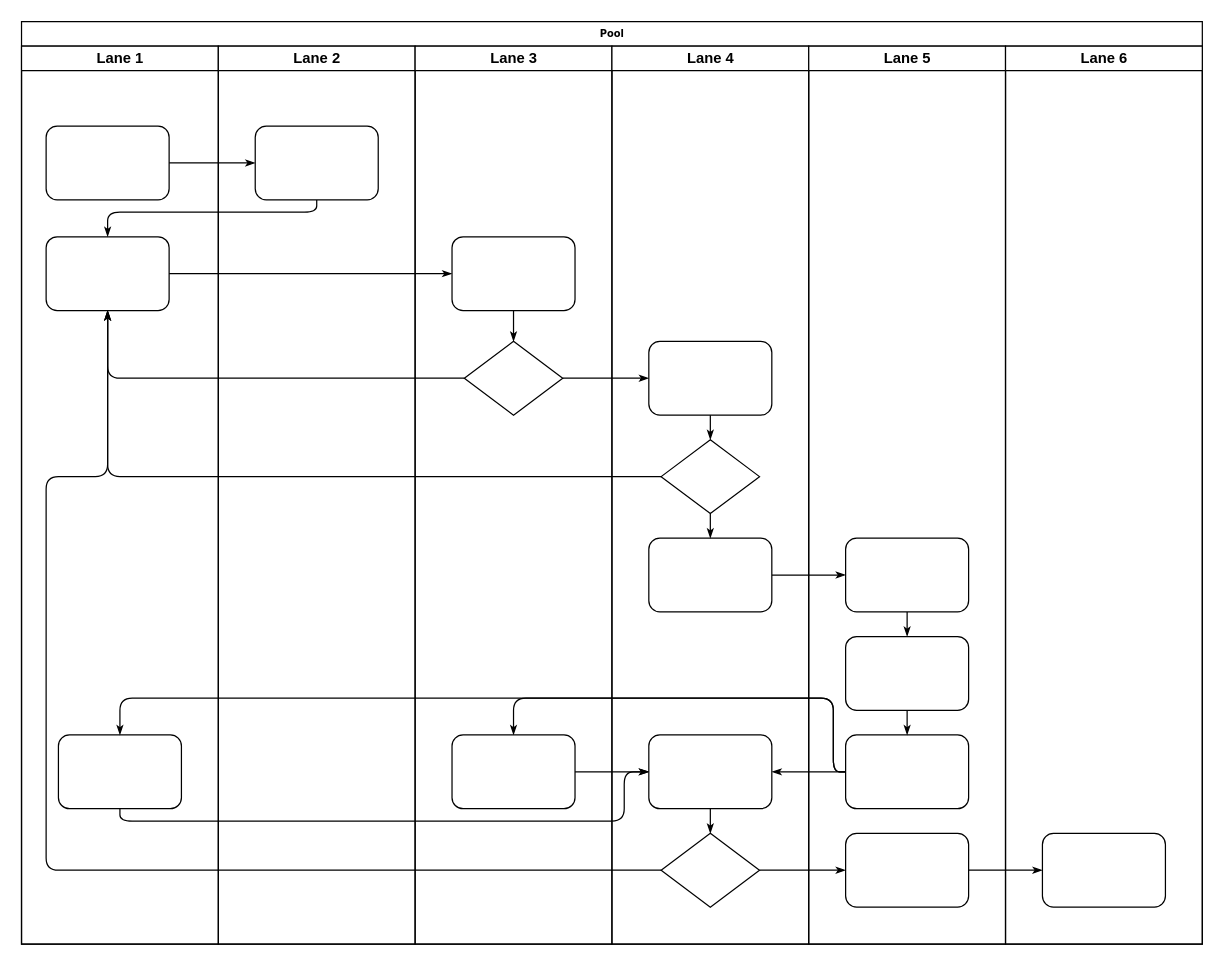
Earlier version of the draw.io diagram 未命名绘图.drawio (fei-hang/draw). Source tidied: cells renumbered, new cells numbered last; positions are measured from the earlier drawing's top-left corner, leaving out a move shared by most shapes. Both pictures are drawn from the tidied source at 123%, with x=0, y=0 at pixel (21, 21).
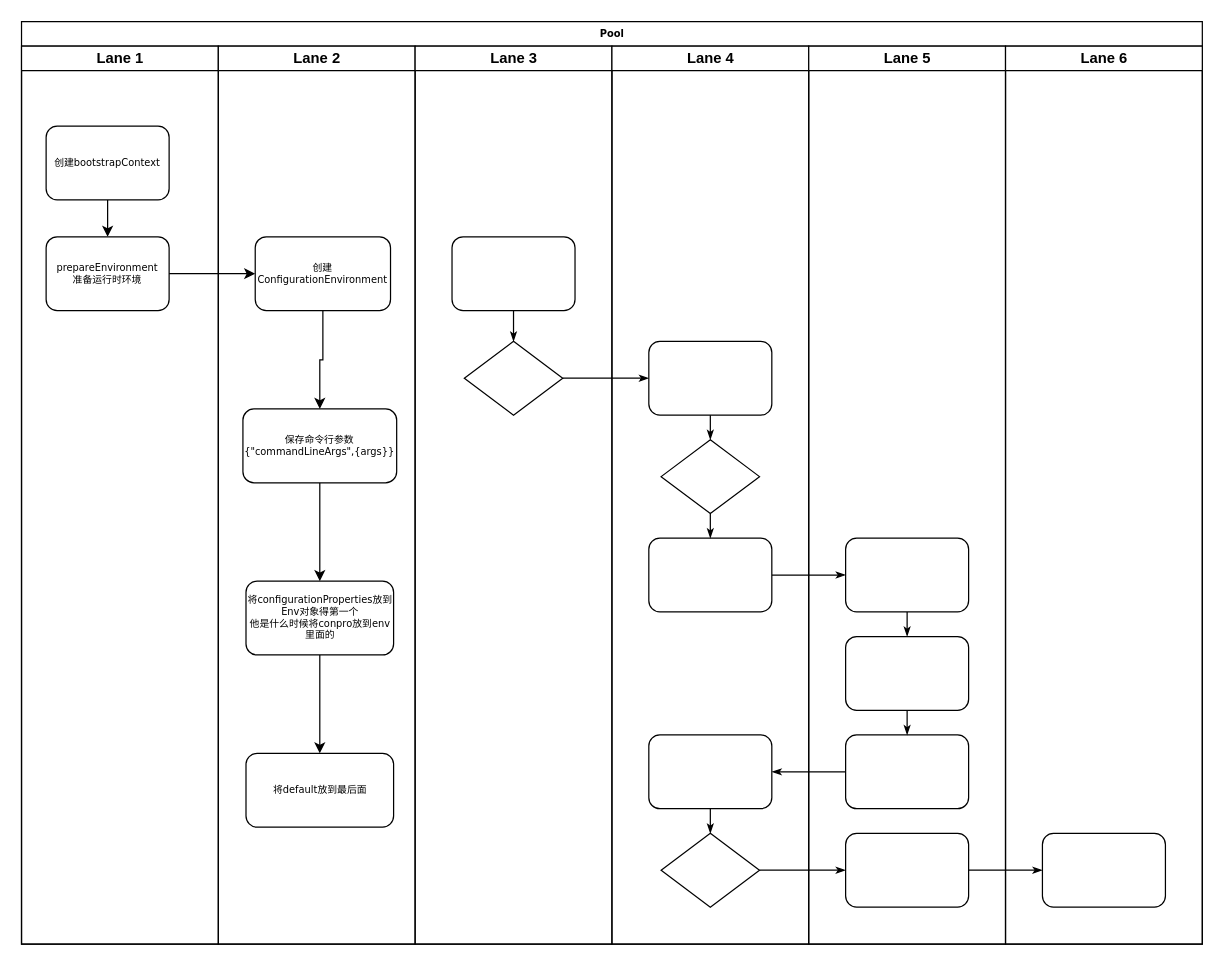
The same page after the edit.

Unchanged cells that the change refers to:
```xml
<mxCell id="2" value="Pool" style="swimlane;html=1;startSize=20;rounded=0;shadow=0;labelBackgroundColor=none;strokeWidth=1;fontFamily=Verdana;fontSize=8;align=center;" parent="1" vertex="1">
  <mxGeometry width="960" height="750" as="geometry" />
</mxCell>
<mxCell id="3" value="Lane 1" style="swimlane;html=1;startSize=20;" parent="2" vertex="1">
  <mxGeometry y="20" width="160" height="730" as="geometry" />
</mxCell>
<mxCell id="22" value="Lane 2" style="swimlane;html=1;startSize=20;" parent="2" vertex="1">
  <mxGeometry x="160" y="20" width="160" height="730" as="geometry" />
</mxCell>
<mxCell id="24" value="Lane 3" style="swimlane;html=1;startSize=20;" parent="2" vertex="1">
  <mxGeometry x="320" y="20" width="160" height="730" as="geometry" />
</mxCell>
<mxCell id="25" style="rounded=1;whiteSpace=wrap;html=1;shadow=0;labelBackgroundColor=none;strokeWidth=1;fontFamily=Verdana;fontSize=8;align=center;" parent="24" vertex="1">
  <mxGeometry x="30" y="155" width="100" height="60" as="geometry" />
</mxCell>
<mxCell id="26" style="rhombus;whiteSpace=wrap;html=1;rounded=0;shadow=0;labelBackgroundColor=none;strokeWidth=1;fontFamily=Verdana;fontSize=8;align=center;" parent="24" vertex="1">
  <mxGeometry x="40" y="240" width="80" height="60" as="geometry" />
</mxCell>
<mxCell id="31" style="rhombus;whiteSpace=wrap;html=1;rounded=0;shadow=0;labelBackgroundColor=none;strokeWidth=1;fontFamily=Verdana;fontSize=8;align=center;" parent="29" vertex="1">
  <mxGeometry x="40" y="320" width="80" height="60" as="geometry" />
</mxCell>
<mxCell id="33" style="rounded=1;whiteSpace=wrap;html=1;shadow=0;labelBackgroundColor=none;strokeWidth=1;fontFamily=Verdana;fontSize=8;align=center;" parent="29" vertex="1">
  <mxGeometry x="30" y="560" width="100" height="60" as="geometry" />
</mxCell>
<mxCell id="34" style="rhombus;whiteSpace=wrap;html=1;rounded=0;shadow=0;labelBackgroundColor=none;strokeWidth=1;fontFamily=Verdana;fontSize=8;align=center;" parent="29" vertex="1">
  <mxGeometry x="40" y="640" width="80" height="60" as="geometry" />
</mxCell>
<mxCell id="41" style="rounded=1;whiteSpace=wrap;html=1;shadow=0;labelBackgroundColor=none;strokeWidth=1;fontFamily=Verdana;fontSize=8;align=center;" parent="38" vertex="1">
  <mxGeometry x="30" y="560" width="100" height="60" as="geometry" />
</mxCell>
```

Change to the diagram source:
```diff
@@
+    <mxCell id="47" style="edgeStyle=orthogonalEdgeStyle;rounded=0;jettySize=auto;html=1;" parent="3" edge="1" source="4" target="5">
+      <mxGeometry relative="1" as="geometry" />
+    </mxCell>
-    <mxCell id="4" style="rounded=1;whiteSpace=wrap;html=1;shadow=0;labelBackgroundColor=none;strokeWidth=1;fontFamily=Verdana;fontSize=8;align=center;" parent="3" vertex="1">
+    <mxCell id="4" value="创建bootstrapContext" style="rounded=1;whiteSpace=wrap;html=1;shadow=0;labelBackgroundColor=none;strokeWidth=1;fontFamily=Verdana;fontSize=8;align=center;" parent="3" vertex="1">
       <mxGeometry x="20" y="65" width="100" height="60" as="geometry" />
     </mxCell>
-    <mxCell id="5" style="rounded=1;whiteSpace=wrap;html=1;shadow=0;labelBackgroundColor=none;strokeWidth=1;fontFamily=Verdana;fontSize=8;align=center;" parent="3" vertex="1">
+    <mxCell id="5" value="prepareEnvironment&lt;div&gt;准备运行时环境&lt;/div&gt;" style="rounded=1;whiteSpace=wrap;html=1;shadow=0;labelBackgroundColor=none;strokeWidth=1;fontFamily=Verdana;fontSize=8;align=center;" parent="3" vertex="1">
       <mxGeometry x="20" y="155" width="100" height="60" as="geometry" />
     </mxCell>
-    <mxCell id="6" style="rounded=1;whiteSpace=wrap;html=1;shadow=0;labelBackgroundColor=none;strokeWidth=1;fontFamily=Verdana;fontSize=8;align=center;" parent="3" vertex="1">
-      <mxGeometry x="30" y="560" width="100" height="60" as="geometry" />
-    </mxCell>
-    <mxCell id="7" style="edgeStyle=orthogonalEdgeStyle;rounded=1;html=1;labelBackgroundColor=none;startArrow=none;startFill=0;startSize=5;endArrow=classicThin;endFill=1;endSize=5;jettySize=auto;strokeWidth=1;fontFamily=Verdana;fontSize=8;" parent="2" edge="1" source="4" target="23">
-      <mxGeometry relative="1" as="geometry" />
-    </mxCell>
-    <mxCell id="8" style="edgeStyle=orthogonalEdgeStyle;rounded=1;html=1;labelBackgroundColor=none;startArrow=none;startFill=0;startSize=5;endArrow=classicThin;endFill=1;endSize=5;jettySize=auto;strokeWidth=1;fontFamily=Verdana;fontSize=8;" parent="2" edge="1" source="23" target="5">
-      <mxGeometry relative="1" as="geometry">
-        <Array as="points">
-          <mxPoint x="240" y="155" />
-          <mxPoint x="70" y="155" />
-        </Array>
-      </mxGeometry>
-    </mxCell>
-    <mxCell id="9" style="edgeStyle=orthogonalEdgeStyle;rounded=1;html=1;labelBackgroundColor=none;startArrow=none;startFill=0;startSize=5;endArrow=classicThin;endFill=1;endSize=5;jettySize=auto;strokeWidth=1;fontFamily=Verdana;fontSize=8;" parent="2" edge="1" source="5" target="25">
-      <mxGeometry relative="1" as="geometry" />
-    </mxCell>
-    <mxCell id="10" style="edgeStyle=orthogonalEdgeStyle;rounded=1;html=1;labelBackgroundColor=none;startArrow=none;startFill=0;startSize=5;endArrow=classicThin;endFill=1;endSize=5;jettySize=auto;strokeWidth=1;fontFamily=Verdana;fontSize=8;" parent="2" edge="1" source="26" target="5">
-      <mxGeometry relative="1" as="geometry" />
-    </mxCell>
-    <mxCell id="11" style="edgeStyle=orthogonalEdgeStyle;rounded=1;html=1;labelBackgroundColor=none;startArrow=none;startFill=0;startSize=5;endArrow=classicThin;endFill=1;endSize=5;jettySize=auto;strokeWidth=1;fontFamily=Verdana;fontSize=8;" parent="2" edge="1" source="31" target="5">
-      <mxGeometry relative="1" as="geometry" />
-    </mxCell>
-    <mxCell id="12" style="edgeStyle=orthogonalEdgeStyle;rounded=1;html=1;labelBackgroundColor=none;startArrow=none;startFill=0;startSize=5;endArrow=classicThin;endFill=1;endSize=5;jettySize=auto;strokeWidth=1;fontFamily=Verdana;fontSize=8;" parent="2" edge="1" source="34" target="5">
-      <mxGeometry relative="1" as="geometry">
-        <Array as="points">
-          <mxPoint x="20" y="690" />
-          <mxPoint x="20" y="370" />
-          <mxPoint x="70" y="370" />
-        </Array>
-      </mxGeometry>
-    </mxCell>
@@
-    <mxCell id="17" style="edgeStyle=orthogonalEdgeStyle;rounded=1;html=1;labelBackgroundColor=none;startArrow=none;startFill=0;startSize=5;endArrow=classicThin;endFill=1;endSize=5;jettySize=auto;strokeWidth=1;fontFamily=Verdana;fontSize=8;" parent="2" edge="1" source="41" target="27">
-      <mxGeometry relative="1" as="geometry">
-        <Array as="points">
-          <mxPoint x="660" y="610" />
-          <mxPoint x="660" y="550" />
-          <mxPoint x="400" y="550" />
-        </Array>
-      </mxGeometry>
-    </mxCell>
@@
-    <mxCell id="19" style="edgeStyle=orthogonalEdgeStyle;rounded=1;html=1;labelBackgroundColor=none;startArrow=none;startFill=0;startSize=5;endArrow=classicThin;endFill=1;endSize=5;jettySize=auto;strokeWidth=1;fontFamily=Verdana;fontSize=8;" parent="2" edge="1" source="41" target="6">
-      <mxGeometry relative="1" as="geometry">
-        <Array as="points">
-          <mxPoint x="660" y="610" />
-          <mxPoint x="660" y="550" />
-          <mxPoint x="80" y="550" />
-        </Array>
-      </mxGeometry>
-    </mxCell>
-    <mxCell id="20" style="edgeStyle=orthogonalEdgeStyle;rounded=1;html=1;labelBackgroundColor=none;startArrow=none;startFill=0;startSize=5;endArrow=classicThin;endFill=1;endSize=5;jettySize=auto;strokeWidth=1;fontFamily=Verdana;fontSize=8;" parent="2" edge="1" source="6" target="33">
-      <mxGeometry relative="1" as="geometry">
-        <Array as="points">
-          <mxPoint x="80" y="650" />
-          <mxPoint x="490" y="650" />
-          <mxPoint x="490" y="610" />
-        </Array>
-      </mxGeometry>
-    </mxCell>
-    <mxCell id="21" style="edgeStyle=orthogonalEdgeStyle;rounded=1;html=1;labelBackgroundColor=none;startArrow=none;startFill=0;startSize=5;endArrow=classicThin;endFill=1;endSize=5;jettySize=auto;strokeWidth=1;fontFamily=Verdana;fontSize=8;" parent="2" edge="1" source="27" target="33">
-      <mxGeometry relative="1" as="geometry" />
-    </mxCell>
@@
-    <mxCell id="23" style="rounded=1;whiteSpace=wrap;html=1;shadow=0;labelBackgroundColor=none;strokeWidth=1;fontFamily=Verdana;fontSize=8;align=center;" parent="22" vertex="1">
-      <mxGeometry x="30" y="65" width="100" height="60" as="geometry" />
-    </mxCell>
+    <mxCell id="48" style="edgeStyle=orthogonalEdgeStyle;rounded=0;jettySize=auto;html=1;" parent="22" edge="1" source="49" target="51">
+      <mxGeometry relative="1" as="geometry" />
+    </mxCell>
+    <mxCell id="49" value="创建ConfigurationEnvironment" style="rounded=1;whiteSpace=wrap;html=1;shadow=0;labelBackgroundColor=none;strokeWidth=1;fontFamily=Verdana;fontSize=8;align=center;" parent="22" vertex="1">
+      <mxGeometry x="30" y="155" width="110" height="60" as="geometry" />
+    </mxCell>
+    <mxCell id="50" style="edgeStyle=orthogonalEdgeStyle;rounded=0;jettySize=auto;html=1;" parent="22" edge="1" source="51" target="53">
+      <mxGeometry relative="1" as="geometry" />
+    </mxCell>
+    <mxCell id="51" value="保存命令行参数&lt;div&gt;{&quot;commandLineArgs&quot;,{args}}&lt;/div&gt;" style="whiteSpace=wrap;html=1;fontSize=8;fontFamily=Verdana;rounded=1;shadow=0;labelBackgroundColor=none;strokeWidth=1;" parent="22" vertex="1">
+      <mxGeometry x="20" y="295" width="125" height="60" as="geometry" />
+    </mxCell>
+    <mxCell id="52" style="edgeStyle=orthogonalEdgeStyle;rounded=0;jettySize=auto;html=1;" parent="22" edge="1" source="53" target="54">
+      <mxGeometry relative="1" as="geometry" />
+    </mxCell>
+    <mxCell id="53" value="将configurationProperties放到Env对象得第一个&lt;div&gt;他是什么时候将conpro放到env里面的&lt;/div&gt;" style="whiteSpace=wrap;html=1;fontSize=8;fontFamily=Verdana;rounded=1;shadow=0;labelBackgroundColor=none;strokeWidth=1;" parent="22" vertex="1">
+      <mxGeometry x="22.5" y="435" width="120" height="60" as="geometry" />
+    </mxCell>
+    <mxCell id="54" value="将default放到最后面" style="whiteSpace=wrap;html=1;fontSize=8;fontFamily=Verdana;rounded=1;shadow=0;labelBackgroundColor=none;strokeWidth=1;" parent="22" vertex="1">
+      <mxGeometry x="22.5" y="575" width="120" height="60" as="geometry" />
+    </mxCell>
@@
-    <mxCell id="27" style="rounded=1;whiteSpace=wrap;html=1;shadow=0;labelBackgroundColor=none;strokeWidth=1;fontFamily=Verdana;fontSize=8;align=center;" parent="24" vertex="1">
-      <mxGeometry x="30" y="560" width="100" height="60" as="geometry" />
-    </mxCell>
@@
+    <mxCell id="55" style="edgeStyle=orthogonalEdgeStyle;rounded=0;jettySize=auto;html=1;" parent="2" edge="1" source="5" target="49">
+      <mxGeometry relative="1" as="geometry" />
+    </mxCell>
```
